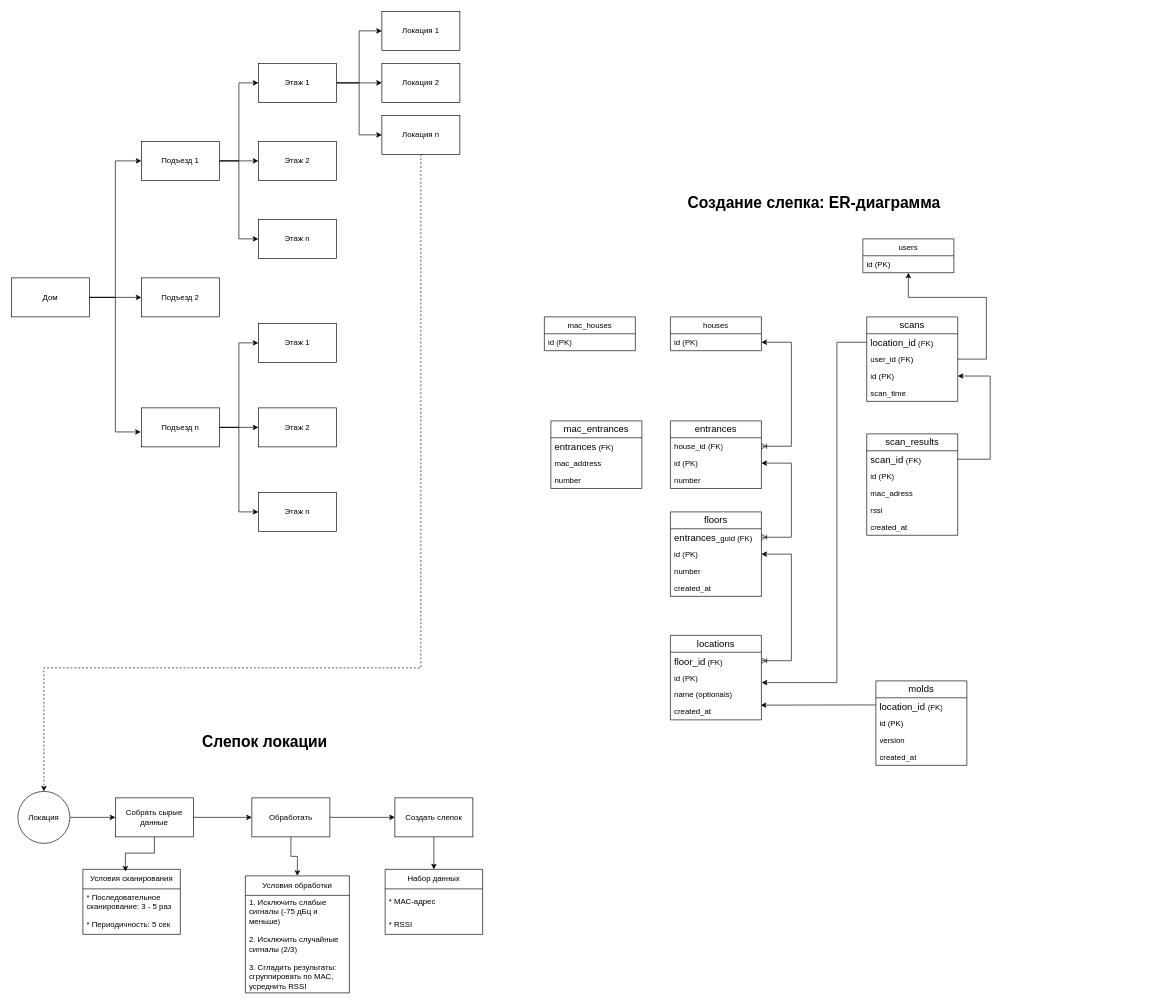
Above: КЧ_wifi.drawio in 4ipas/Chipas (draw.io), before the change. Source tidied: cells renumbered, new cells numbered last; positions are measured from the earlier drawing's top-left corner, leaving out a move shared by most shapes. Both pictures are drawn from the tidied source at 65%, with x=0, y=0 at pixel (11, 11).
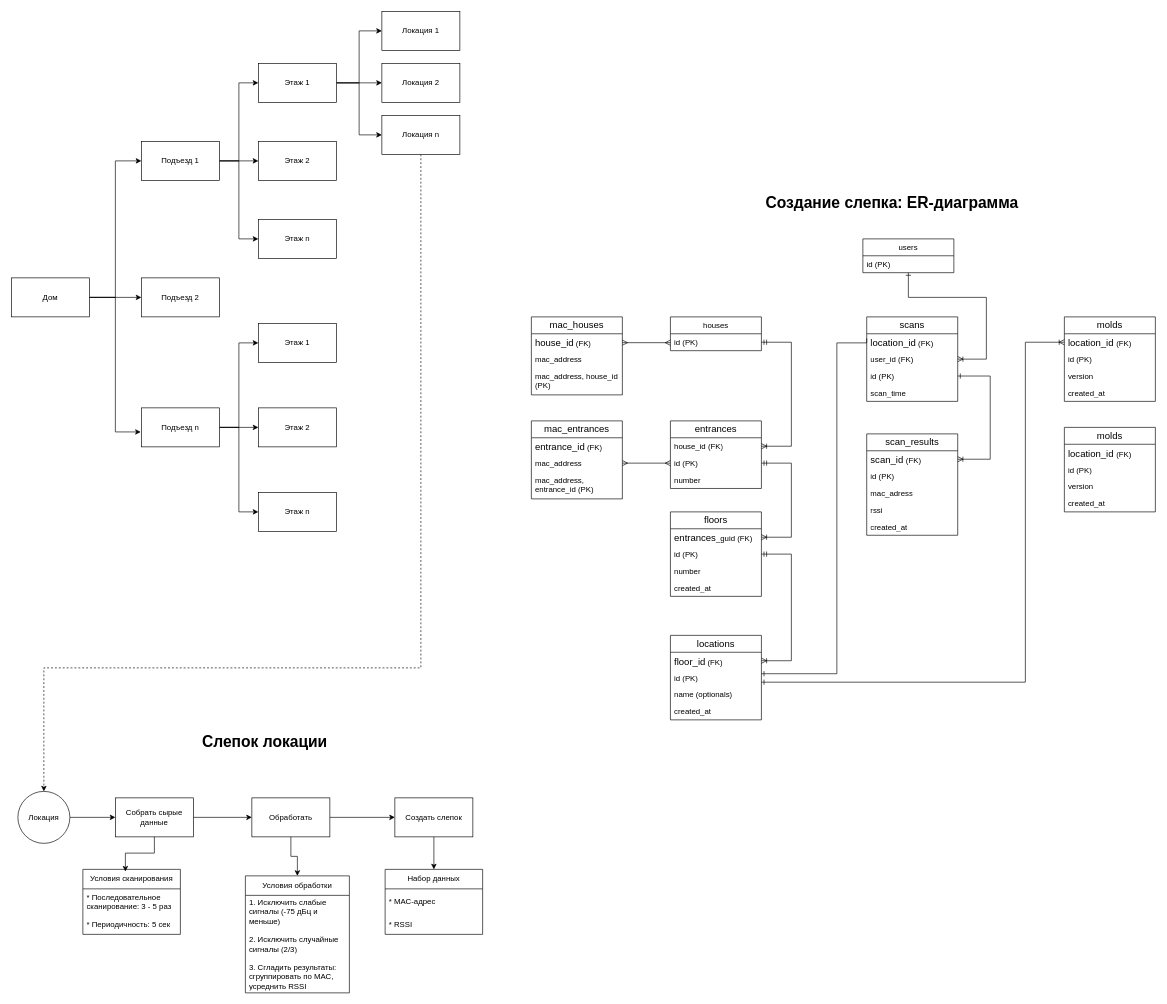
Above is the later version.

The change refers to these unchanged cells:
```xml
<mxCell id="50" value="id (PK)" style="text;strokeColor=none;fillColor=none;align=left;verticalAlign=top;spacingLeft=4;spacingRight=4;overflow=hidden;points=[[0,0.5],[1,0.5]];portConstraint=eastwest;whiteSpace=wrap;html=1;" parent="49" vertex="1">
  <mxGeometry y="26" width="140" height="26" as="geometry" />
</mxCell>
<mxCell id="52" value="house_id (FK)" style="text;strokeColor=none;fillColor=none;align=left;verticalAlign=top;spacingLeft=4;spacingRight=4;overflow=hidden;points=[[0,0.5],[1,0.5]];portConstraint=eastwest;whiteSpace=wrap;html=1;" parent="51" vertex="1">
  <mxGeometry y="26" width="140" height="26" as="geometry" />
</mxCell>
<mxCell id="53" value="id (PK)" style="text;strokeColor=none;fillColor=none;align=left;verticalAlign=top;spacingLeft=4;spacingRight=4;overflow=hidden;points=[[0,0.5],[1,0.5]];portConstraint=eastwest;whiteSpace=wrap;html=1;" parent="51" vertex="1">
  <mxGeometry y="52" width="140" height="26" as="geometry" />
</mxCell>
<mxCell id="57" value="&lt;span style=&quot;font-family: Calibri, sans-serif; font-size: 14.6667px; text-align: center;&quot;&gt;entrances&lt;/span&gt;_guid (FK)" style="text;strokeColor=none;fillColor=none;align=left;verticalAlign=top;spacingLeft=4;spacingRight=4;overflow=hidden;points=[[0,0.5],[1,0.5]];portConstraint=eastwest;whiteSpace=wrap;html=1;" parent="56" vertex="1">
  <mxGeometry y="26" width="140" height="26" as="geometry" />
</mxCell>
<mxCell id="58" value="id (PK)" style="text;strokeColor=none;fillColor=none;align=left;verticalAlign=top;spacingLeft=4;spacingRight=4;overflow=hidden;points=[[0,0.5],[1,0.5]];portConstraint=eastwest;whiteSpace=wrap;html=1;" parent="56" vertex="1">
  <mxGeometry y="52" width="140" height="26" as="geometry" />
</mxCell>
<mxCell id="63" value="&lt;span style=&quot;font-family: Calibri, sans-serif; font-size: 14.6667px; text-align: center;&quot;&gt;floor_id&lt;/span&gt;&amp;nbsp;(FK)" style="text;strokeColor=none;fillColor=none;align=left;verticalAlign=top;spacingLeft=4;spacingRight=4;overflow=hidden;points=[[0,0.5],[1,0.5]];portConstraint=eastwest;whiteSpace=wrap;html=1;" parent="62" vertex="1">
  <mxGeometry y="26" width="140" height="26" as="geometry" />
</mxCell>
<mxCell id="64" value="id (PK)" style="text;strokeColor=none;fillColor=none;align=left;verticalAlign=top;spacingLeft=4;spacingRight=4;overflow=hidden;points=[[0,0.5],[1,0.5]];portConstraint=eastwest;whiteSpace=wrap;html=1;" parent="62" vertex="1">
  <mxGeometry y="52" width="140" height="26" as="geometry" />
</mxCell>
<mxCell id="66" value="created_at" style="text;strokeColor=none;fillColor=none;align=left;verticalAlign=top;spacingLeft=4;spacingRight=4;overflow=hidden;points=[[0,0.5],[1,0.5]];portConstraint=eastwest;whiteSpace=wrap;html=1;" parent="62" vertex="1">
  <mxGeometry y="104" width="140" height="26" as="geometry" />
</mxCell>
<mxCell id="69" value="&lt;span style=&quot;font-family: Calibri, sans-serif; font-size: 14.6667px; text-align: center;&quot;&gt;location_id&lt;/span&gt;&amp;nbsp;(FK)" style="text;strokeColor=none;fillColor=none;align=left;verticalAlign=top;spacingLeft=4;spacingRight=4;overflow=hidden;points=[[0,0.5],[1,0.5]];portConstraint=eastwest;whiteSpace=wrap;html=1;" parent="68" vertex="1">
  <mxGeometry y="26" width="140" height="26" as="geometry" />
</mxCell>
<mxCell id="70" value="user_id (FK)" style="text;strokeColor=none;fillColor=none;align=left;verticalAlign=top;spacingLeft=4;spacingRight=4;overflow=hidden;points=[[0,0.5],[1,0.5]];portConstraint=eastwest;whiteSpace=wrap;html=1;" parent="68" vertex="1">
  <mxGeometry y="52" width="140" height="26" as="geometry" />
</mxCell>
<mxCell id="71" value="id (PK)" style="text;strokeColor=none;fillColor=none;align=left;verticalAlign=top;spacingLeft=4;spacingRight=4;overflow=hidden;points=[[0,0.5],[1,0.5]];portConstraint=eastwest;whiteSpace=wrap;html=1;" parent="68" vertex="1">
  <mxGeometry y="78" width="140" height="26" as="geometry" />
</mxCell>
<mxCell id="74" value="id (PK)" style="text;strokeColor=none;fillColor=none;align=left;verticalAlign=top;spacingLeft=4;spacingRight=4;overflow=hidden;points=[[0,0.5],[1,0.5]];portConstraint=eastwest;whiteSpace=wrap;html=1;" parent="73" vertex="1">
  <mxGeometry y="26" width="140" height="26" as="geometry" />
</mxCell>
<mxCell id="78" value="&lt;div style=&quot;text-align: center;&quot;&gt;&lt;span style=&quot;background-color: transparent; color: light-dark(rgb(0, 0, 0), rgb(255, 255, 255));&quot;&gt;&lt;font face=&quot;Calibri, sans-serif&quot;&gt;&lt;span style=&quot;font-size: 14.6667px;&quot;&gt;scan_id&amp;nbsp;&lt;/span&gt;&lt;/font&gt;(FK)&lt;/span&gt;&lt;/div&gt;" style="text;strokeColor=none;fillColor=none;align=left;verticalAlign=top;spacingLeft=4;spacingRight=4;overflow=hidden;points=[[0,0.5],[1,0.5]];portConstraint=eastwest;whiteSpace=wrap;html=1;" parent="77" vertex="1">
  <mxGeometry y="26" width="140" height="26" as="geometry" />
</mxCell>
<mxCell id="86" value="&lt;div style=&quot;text-align: center;&quot;&gt;&lt;span style=&quot;background-color: transparent; color: light-dark(rgb(0, 0, 0), rgb(255, 255, 255));&quot;&gt;&lt;font face=&quot;Calibri, sans-serif&quot;&gt;&lt;span style=&quot;font-size: 14.6667px;&quot;&gt;location_id&amp;nbsp;&lt;/span&gt;&lt;/font&gt;(FK)&lt;/span&gt;&lt;/div&gt;" style="text;strokeColor=none;fillColor=none;align=left;verticalAlign=top;spacingLeft=4;spacingRight=4;overflow=hidden;points=[[0,0.5],[1,0.5]];portConstraint=eastwest;whiteSpace=wrap;html=1;" parent="85" vertex="1">
  <mxGeometry y="26" width="140" height="26" as="geometry" />
</mxCell>
<mxCell id="95" value="mac_address" style="text;strokeColor=none;fillColor=none;align=left;verticalAlign=top;spacingLeft=4;spacingRight=4;overflow=hidden;points=[[0,0.5],[1,0.5]];portConstraint=eastwest;whiteSpace=wrap;html=1;" parent="93" vertex="1">
  <mxGeometry y="52" width="140" height="26" as="geometry" />
</mxCell>
```

What changed in the source:
```diff
@@
-    <mxCell id="55" style="edgeStyle=orthogonalEdgeStyle;rounded=0;jettySize=auto;html=1;entryX=1;entryY=0.5;entryDx=0;entryDy=0;curved=0;startArrow=ERoneToMany;startFill=0;" parent="1" edge="1" source="52" target="50">
+    <mxCell id="55" style="edgeStyle=orthogonalEdgeStyle;rounded=0;jettySize=auto;html=1;entryX=1;entryY=0.5;entryDx=0;entryDy=0;curved=0;startArrow=ERoneToMany;startFill=0;endArrow=ERmandOne;endFill=0;" parent="1" edge="1" source="52" target="50">
       <mxGeometry relative="1" as="geometry">
         <Array as="points">
           <mxPoint x="1200" y="669" />
           <mxPoint x="1200" y="509" />
         </Array>
       </mxGeometry>
     </mxCell>
@@
-    <mxCell id="61" style="edgeStyle=orthogonalEdgeStyle;rounded=0;jettySize=auto;html=1;startArrow=ERoneToMany;startFill=0;" parent="1" edge="1" source="57" target="53">
+    <mxCell id="61" style="edgeStyle=orthogonalEdgeStyle;rounded=0;jettySize=auto;html=1;startArrow=ERoneToMany;startFill=0;endArrow=ERmandOne;endFill=0;" parent="1" edge="1" source="57" target="53">
       <mxGeometry relative="1" as="geometry">
         <Array as="points">
           <mxPoint x="1200" y="809" />
           <mxPoint x="1200" y="695" />
         </Array>
       </mxGeometry>
     </mxCell>
@@
-    <mxCell id="67" style="edgeStyle=orthogonalEdgeStyle;rounded=0;jettySize=auto;html=1;startArrow=ERoneToMany;startFill=0;" parent="1" edge="1" source="63" target="58">
+    <mxCell id="67" style="edgeStyle=orthogonalEdgeStyle;rounded=0;jettySize=auto;html=1;startArrow=ERoneToMany;startFill=0;endArrow=ERmandOne;endFill=0;" parent="1" edge="1" source="63" target="58">
       <mxGeometry relative="1" as="geometry">
         <Array as="points">
           <mxPoint x="1200" y="999" />
           <mxPoint x="1200" y="835" />
         </Array>
       </mxGeometry>
     </mxCell>
@@
-    <mxCell id="75" style="edgeStyle=orthogonalEdgeStyle;rounded=0;jettySize=auto;html=1;entryX=1.003;entryY=0.795;entryDx=0;entryDy=0;entryPerimeter=0;" parent="1" edge="1" source="69" target="64">
+    <mxCell id="75" style="edgeStyle=orthogonalEdgeStyle;rounded=0;orthogonalLoop=1;jettySize=auto;html=1;endArrow=ERone;endFill=0;entryX=1;entryY=0.5;entryDx=0;entryDy=0;" parent="1" edge="1">
       <mxGeometry relative="1" as="geometry">
+        <mxPoint x="1315.9" y="503" as="sourcePoint" />
+        <mxPoint x="1153.9" y="1019" as="targetPoint" />
         <Array as="points">
-          <mxPoint x="1270" y="509" />
-          <mxPoint x="1270" y="1033" />
+          <mxPoint x="1316" y="510" />
+          <mxPoint x="1270" y="510" />
+          <mxPoint x="1270" y="1019" />
         </Array>
       </mxGeometry>
     </mxCell>
-    <mxCell id="76" style="edgeStyle=orthogonalEdgeStyle;rounded=0;jettySize=auto;html=1;" parent="1" edge="1" source="70" target="74">
+    <mxCell id="76" style="edgeStyle=orthogonalEdgeStyle;rounded=0;jettySize=auto;html=1;startArrow=ERoneToMany;startFill=0;endArrow=ERone;endFill=0;" parent="1" edge="1" source="70" target="74">
       <mxGeometry relative="1" as="geometry">
         <Array as="points">
           <mxPoint x="1500" y="535" />
           <mxPoint x="1500" y="440" />
           <mxPoint x="1380" y="440" />
         </Array>
       </mxGeometry>
     </mxCell>
@@
-    <mxCell id="83" style="edgeStyle=orthogonalEdgeStyle;rounded=0;jettySize=auto;html=1;entryX=1;entryY=0.5;entryDx=0;entryDy=0;" parent="1" edge="1" source="78" target="71">
+    <mxCell id="83" style="edgeStyle=orthogonalEdgeStyle;rounded=0;jettySize=auto;html=1;entryX=1;entryY=0.5;entryDx=0;entryDy=0;startArrow=ERoneToMany;startFill=0;endArrow=ERone;endFill=0;" parent="1" edge="1" source="78" target="71">
       <mxGeometry relative="1" as="geometry">
         <Array as="points">
           <mxPoint x="1505.9" y="689" />
           <mxPoint x="1505.9" y="561" />
         </Array>
       </mxGeometry>
     </mxCell>
     <mxCell id="84" value="&lt;h1&gt;Создание слепка: ER-диаграмма&lt;/h1&gt;" style="text;html=1;whiteSpace=wrap;strokeColor=none;fillColor=none;align=center;verticalAlign=middle;rounded=0;" parent="1" vertex="1">
-      <mxGeometry x="1000" y="280" width="470" height="30" as="geometry" />
+      <mxGeometry x="1120" y="280" width="470" height="30" as="geometry" />
     </mxCell>
     <mxCell id="85" value="&lt;font face=&quot;Calibri, sans-serif&quot;&gt;&lt;span style=&quot;font-size: 14.6667px;&quot;&gt;molds&lt;/span&gt;&lt;/font&gt;" style="swimlane;fontStyle=0;horizontal=1;startSize=26;fillColor=none;whiteSpace=wrap;html=1;" parent="1" vertex="1">
-      <mxGeometry x="1330" y="1030" width="140" height="130" as="geometry" />
+      <mxGeometry x="1620" y="470" width="140" height="130" as="geometry" />
     </mxCell>
@@
-    <mxCell id="90" style="edgeStyle=orthogonalEdgeStyle;rounded=0;jettySize=auto;html=1;entryX=0.993;entryY=0.128;entryDx=0;entryDy=0;entryPerimeter=0;" parent="1" edge="1" source="86" target="66">
+    <mxCell id="90" style="edgeStyle=orthogonalEdgeStyle;rounded=0;jettySize=auto;html=1;startArrow=ERoneToMany;startFill=0;endArrow=ERone;endFill=0;exitX=0;exitY=0.5;exitDx=0;exitDy=0;" parent="1" edge="1" source="86" target="64">
       <mxGeometry relative="1" as="geometry">
         <Array as="points">
-          <mxPoint x="1320" y="1067" />
-          <mxPoint x="1320" y="1067" />
+          <mxPoint x="1560" y="509" />
+          <mxPoint x="1560" y="1032" />
         </Array>
       </mxGeometry>
     </mxCell>
-    <mxCell id="91" value="mac_houses" style="swimlane;fontStyle=0;horizontal=1;startSize=26;fillColor=none;whiteSpace=wrap;html=1;" parent="1" vertex="1">
-      <mxGeometry x="820" y="470" width="140" height="52" as="geometry" />
-    </mxCell>
-    <mxCell id="92" value="id (PK)" style="text;strokeColor=none;fillColor=none;align=left;verticalAlign=top;spacingLeft=4;spacingRight=4;overflow=hidden;whiteSpace=wrap;html=1;" parent="91" vertex="1">
-      <mxGeometry y="26" width="140" height="26" as="geometry" />
-    </mxCell>
     <mxCell id="93" value="&lt;span lang=&quot;EN-US&quot; style=&quot;font-size:11.0pt;line-height:&amp;lt;br/&amp;gt;107%;font-family:&amp;quot;Calibri&amp;quot;,sans-serif;mso-ascii-theme-font:minor-latin;&amp;lt;br/&amp;gt;mso-fareast-font-family:Calibri;mso-fareast-theme-font:minor-latin;mso-hansi-theme-font:&amp;lt;br/&amp;gt;minor-latin;mso-bidi-font-family:&amp;quot;Times New Roman&amp;quot;;mso-bidi-theme-font:minor-bidi;&amp;lt;br/&amp;gt;mso-ansi-language:EN-US;mso-fareast-language:EN-US;mso-bidi-language:AR-SA&quot;&gt;mac_entrances&lt;/span&gt;" style="swimlane;fontStyle=0;horizontal=1;startSize=26;fillColor=none;whiteSpace=wrap;html=1;" parent="1" vertex="1">
-      <mxGeometry x="830" y="630" width="140" height="104" as="geometry" />
+      <mxGeometry x="800" y="630" width="140" height="120" as="geometry" />
     </mxCell>
-    <mxCell id="94" value="&lt;span style=&quot;font-family: Calibri, sans-serif; font-size: 14.6667px; text-align: center;&quot;&gt;entrances&lt;/span&gt;&amp;nbsp;(FK)" style="text;strokeColor=none;fillColor=none;align=left;verticalAlign=top;spacingLeft=4;spacingRight=4;overflow=hidden;whiteSpace=wrap;html=1;" parent="93" vertex="1">
+    <mxCell id="94" value="&lt;span style=&quot;font-family: Calibri, sans-serif; font-size: 14.6667px; text-align: center;&quot;&gt;entrance_id&lt;/span&gt;&amp;nbsp;(FK)" style="text;strokeColor=none;fillColor=none;align=left;verticalAlign=top;spacingLeft=4;spacingRight=4;overflow=hidden;whiteSpace=wrap;html=1;" parent="93" vertex="1">
       <mxGeometry y="26" width="140" height="26" as="geometry" />
     </mxCell>
@@
-    <mxCell id="96" value="number" style="text;strokeColor=none;fillColor=none;align=left;verticalAlign=top;spacingLeft=4;spacingRight=4;overflow=hidden;whiteSpace=wrap;html=1;" parent="93" vertex="1">
-      <mxGeometry y="78" width="140" height="26" as="geometry" />
+    <mxCell id="96" value="mac_address, entrance_id (PK)" style="text;strokeColor=none;fillColor=none;align=left;verticalAlign=top;spacingLeft=4;spacingRight=4;overflow=hidden;whiteSpace=wrap;html=1;" parent="93" vertex="1">
+      <mxGeometry y="78" width="140" height="42" as="geometry" />
     </mxCell>
+    <mxCell id="91" value="&lt;span lang=&quot;EN-US&quot; style=&quot;font-size:11.0pt;line-height:&amp;lt;br/&amp;gt;107%;font-family:&amp;quot;Calibri&amp;quot;,sans-serif;mso-ascii-theme-font:minor-latin;&amp;lt;br/&amp;gt;mso-fareast-font-family:Calibri;mso-fareast-theme-font:minor-latin;mso-hansi-theme-font:&amp;lt;br/&amp;gt;minor-latin;mso-bidi-font-family:&amp;quot;Times New Roman&amp;quot;;mso-bidi-theme-font:minor-bidi;&amp;lt;br/&amp;gt;mso-ansi-language:EN-US;mso-fareast-language:EN-US;mso-bidi-language:AR-SA&quot;&gt;mac_houses&lt;/span&gt;" style="swimlane;fontStyle=0;horizontal=1;startSize=26;fillColor=none;whiteSpace=wrap;html=1;" parent="1" vertex="1">
+      <mxGeometry x="800" y="470" width="140" height="120" as="geometry" />
+    </mxCell>
+    <mxCell id="97" value="&lt;span style=&quot;font-family: Calibri, sans-serif; font-size: 14.6667px; text-align: center;&quot;&gt;house_id&lt;/span&gt;&amp;nbsp;(FK)" style="text;strokeColor=none;fillColor=none;align=left;verticalAlign=top;spacingLeft=4;spacingRight=4;overflow=hidden;whiteSpace=wrap;html=1;" parent="91" vertex="1">
+      <mxGeometry y="26" width="140" height="26" as="geometry" />
+    </mxCell>
+    <mxCell id="98" value="mac_address" style="text;strokeColor=none;fillColor=none;align=left;verticalAlign=top;spacingLeft=4;spacingRight=4;overflow=hidden;whiteSpace=wrap;html=1;" parent="91" vertex="1">
+      <mxGeometry y="52" width="140" height="26" as="geometry" />
+    </mxCell>
+    <mxCell id="99" value="mac_address, house_id (PK)" style="text;strokeColor=none;fillColor=none;align=left;verticalAlign=top;spacingLeft=4;spacingRight=4;overflow=hidden;whiteSpace=wrap;html=1;" parent="91" vertex="1">
+      <mxGeometry y="78" width="140" height="42" as="geometry" />
+    </mxCell>
+    <mxCell id="100" style="edgeStyle=orthogonalEdgeStyle;rounded=0;jettySize=auto;html=1;entryX=1;entryY=0.5;entryDx=0;entryDy=0;startArrow=ERmany;startFill=0;endArrow=ERmany;endFill=0;" parent="1" edge="1" source="53" target="95">
+      <mxGeometry relative="1" as="geometry" />
+    </mxCell>
+    <mxCell id="101" style="edgeStyle=orthogonalEdgeStyle;rounded=0;orthogonalLoop=1;jettySize=auto;html=1;entryX=1;entryY=0.5;entryDx=0;entryDy=0;startArrow=ERmany;startFill=0;endArrow=ERmany;endFill=0;" parent="1" edge="1">
+      <mxGeometry relative="1" as="geometry">
+        <mxPoint x="1013.9" y="509.7" as="sourcePoint" />
+        <mxPoint x="939.9" y="509.7" as="targetPoint" />
+      </mxGeometry>
+    </mxCell>
+    <mxCell id="102" value="&lt;font face=&quot;Calibri, sans-serif&quot;&gt;&lt;span style=&quot;font-size: 14.6667px;&quot;&gt;molds&lt;/span&gt;&lt;/font&gt;" style="swimlane;fontStyle=0;horizontal=1;startSize=26;fillColor=none;whiteSpace=wrap;html=1;" parent="1" vertex="1">
+      <mxGeometry x="1620" y="640" width="140" height="130" as="geometry" />
+    </mxCell>
+    <mxCell id="103" value="&lt;div style=&quot;text-align: center;&quot;&gt;&lt;span style=&quot;background-color: transparent; color: light-dark(rgb(0, 0, 0), rgb(255, 255, 255));&quot;&gt;&lt;font face=&quot;Calibri, sans-serif&quot;&gt;&lt;span style=&quot;font-size: 14.6667px;&quot;&gt;location_id&amp;nbsp;&lt;/span&gt;&lt;/font&gt;(FK)&lt;/span&gt;&lt;/div&gt;" style="text;strokeColor=none;fillColor=none;align=left;verticalAlign=top;spacingLeft=4;spacingRight=4;overflow=hidden;whiteSpace=wrap;html=1;" parent="102" vertex="1">
+      <mxGeometry y="26" width="140" height="26" as="geometry" />
+    </mxCell>
+    <mxCell id="92" value="id (PK)" style="text;strokeColor=none;fillColor=none;align=left;verticalAlign=top;spacingLeft=4;spacingRight=4;overflow=hidden;whiteSpace=wrap;html=1;" parent="102" vertex="1">
+      <mxGeometry y="52" width="140" height="26" as="geometry" />
+    </mxCell>
+    <mxCell id="104" value="version" style="text;strokeColor=none;fillColor=none;align=left;verticalAlign=top;spacingLeft=4;spacingRight=4;overflow=hidden;whiteSpace=wrap;html=1;" parent="102" vertex="1">
+      <mxGeometry y="78" width="140" height="26" as="geometry" />
+    </mxCell>
+    <mxCell id="105" value="created_at" style="text;strokeColor=none;fillColor=none;align=left;verticalAlign=top;spacingLeft=4;spacingRight=4;overflow=hidden;whiteSpace=wrap;html=1;" parent="102" vertex="1">
+      <mxGeometry y="104" width="140" height="26" as="geometry" />
+    </mxCell>
```
